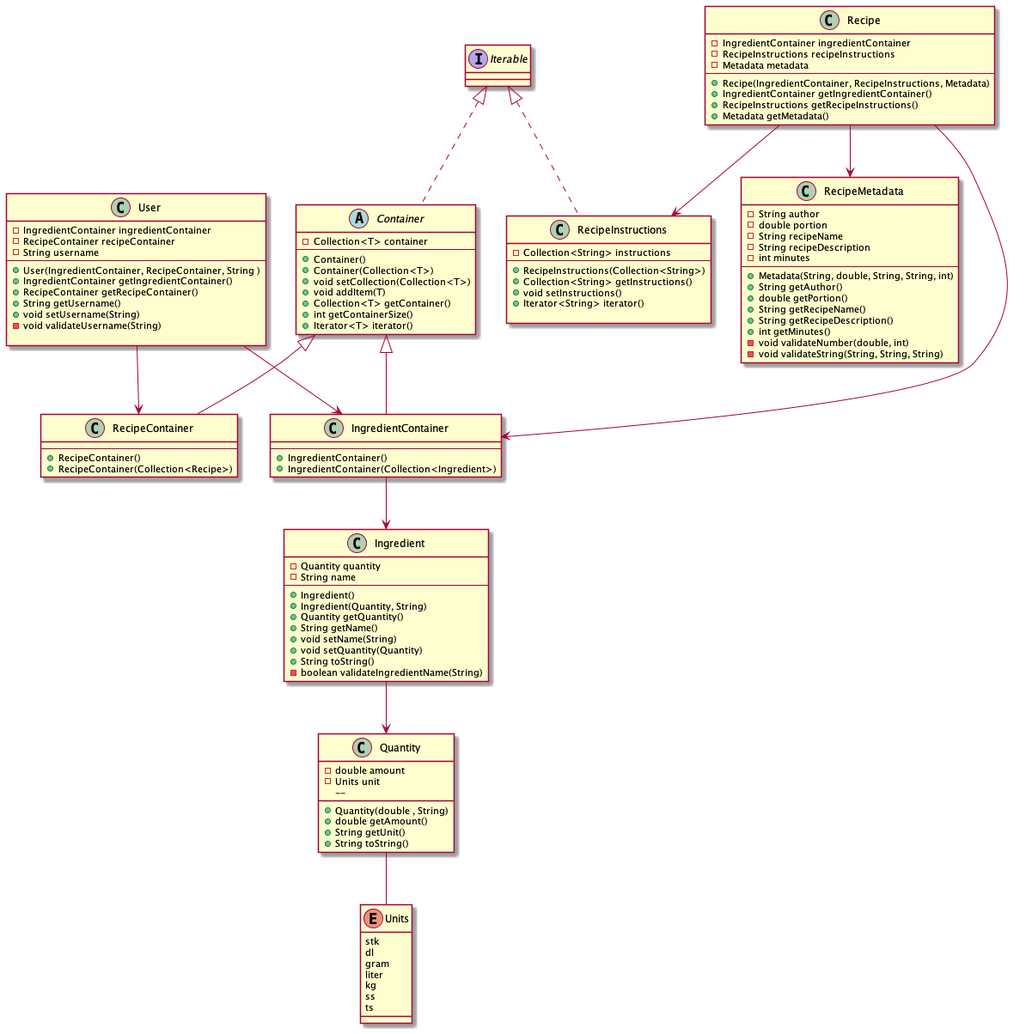
Earlier version of the PlantUML export documentation/diagrams/class_diagram.png (joonerik/dinnerium).
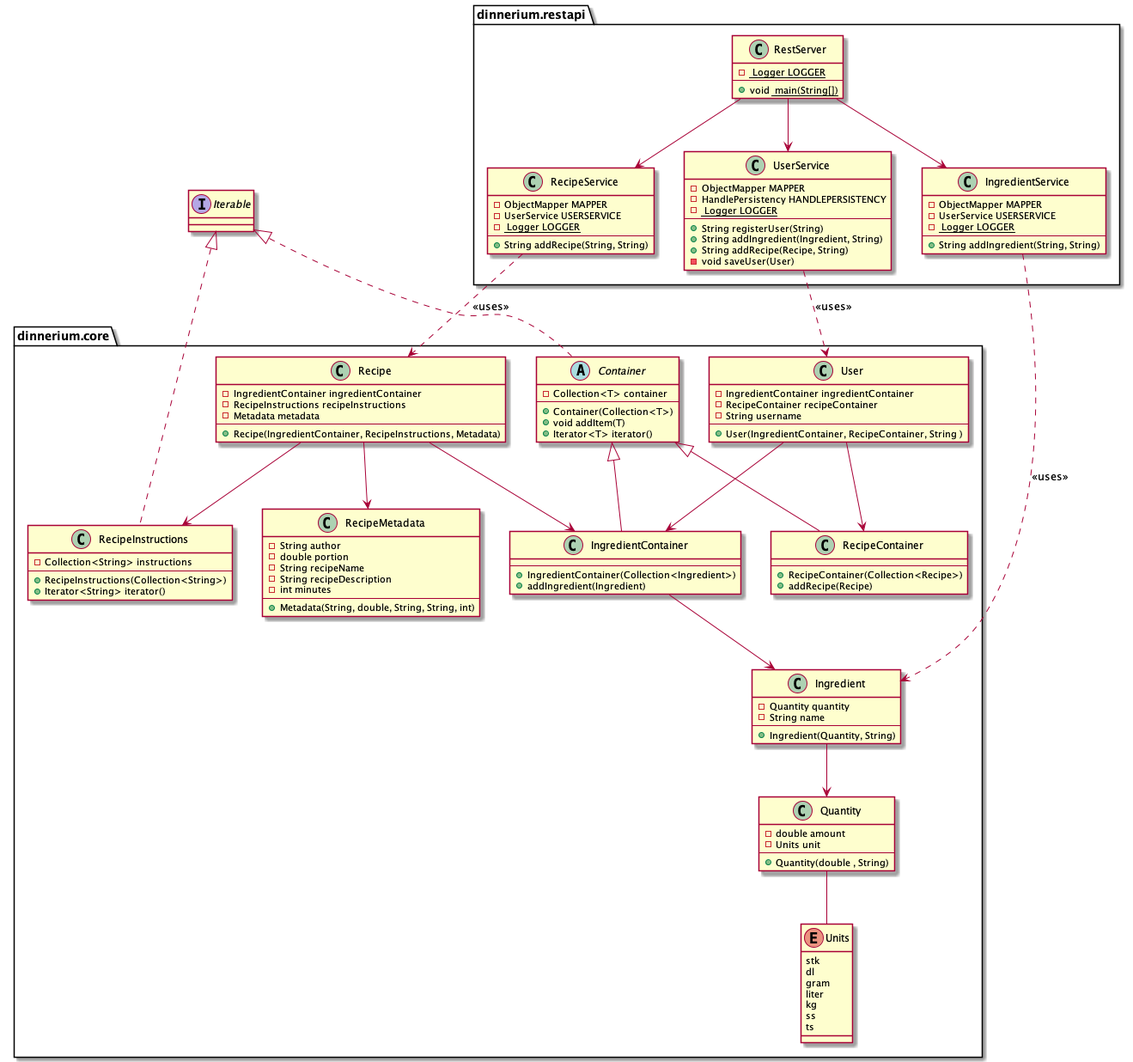
Later version of the same file.

Commit message:
add updated class_diagram version with correct png

Change to the diagram source:
```diff
@@ -1,115 +1,120 @@
-@startuml sequence_diagram
-class Recipe {
-    - IngredientContainer ingredientContainer
-    - RecipeInstructions recipeInstructions
-    - Metadata metadata
-    --
-    + Recipe(IngredientContainer, RecipeInstructions, Metadata)
-    + IngredientContainer getIngredientContainer()
-    + RecipeInstructions getRecipeInstructions()
-    + Metadata getMetadata()
+@startuml class_diagram
+
+package dinnerium.core {
+    class Recipe {
+        - IngredientContainer ingredientContainer
+        - RecipeInstructions recipeInstructions
+        - Metadata metadata
+        --
+        + Recipe(IngredientContainer, RecipeInstructions, Metadata)
+    }
+
+    class Quantity {
+        - double amount
+        - Units unit
+        --
+        + Quantity(double , String)
+    }
+
+    enum Units {
+        stk
+        dl
+        gram
+        liter
+        kg
+        ss
+        ts
+    }
+
+    class Ingredient {
+        - Quantity quantity
+        - String name
+        --
+        + Ingredient(Quantity, String)
+    }
+
+    abstract class Container {
+        - Collection<T> container
+        --
+        + Container(Collection<T>)
+        + void addItem(T)
+        + Iterator<T> iterator()
+    }
+
+    class IngredientContainer {
+        --
+        + IngredientContainer(Collection<Ingredient>)
+        + addIngredient(Ingredient)
+    }
+
+    class RecipeContainer {
+        --
+        + RecipeContainer(Collection<Recipe>)
+        + addRecipe(Recipe)
+    }
+
+    class RecipeInstructions {
+        - Collection<String> instructions
+        --
+        + RecipeInstructions(Collection<String>)
+        + Iterator<String> iterator()
+    }
+
+    class RecipeMetadata {
+        - String author
+        - double portion
+        - String recipeName
+        - String recipeDescription
+        - int minutes
+        --
+        + Metadata(String, double, String, String, int)
+    }
+
+    class User {
+        - IngredientContainer ingredientContainer
+        - RecipeContainer recipeContainer
+        - String username
+        --
+        + User(IngredientContainer, RecipeContainer, String )
+    }
 }
 
-class Quantity {
-    - double amount
-    - Units unit
-    --
-    + Quantity(double , String)
-    + double getAmount()
-    + String getUnit()
-    + String toString()
+
+package dinnerium.restapi{
+    class IngredientService {
+        - ObjectMapper MAPPER
+        - UserService USERSERVICE
+        - <u> Logger LOGGER
+        --
+        + String addIngredient(String, String)
+    }
+
+    class RecipeService {
+        - ObjectMapper MAPPER
+        - UserService USERSERVICE
+        - <u> Logger LOGGER
+        --
+        + String addRecipe(String, String)
+    }
+
+    class UserService {
+        - ObjectMapper MAPPER
+        - HandlePersistency HANDLEPERSISTENCY
+        - <u> Logger LOGGER
+        --
+        + String registerUser(String)
+        + String addIngredient(Ingredient, String)
+        + String addRecipe(Recipe, String)
+        - void saveUser(User)
+    }
+
+    class RestServer {
+        - <u> Logger LOGGER
+        --
+        + void <u> main(String[])
+    }
 }
 
-enum Units {
-    stk
-    dl
-    gram
-    liter
-    kg
-    ss
-    ts
-}
-
-class Ingredient {
-    - Quantity quantity
-    - String name
-    --
-    + Ingredient()
-    + Ingredient(Quantity, String)
-    + Quantity getQuantity()
-    + String getName()
-    + void setName(String)
-    + void setQuantity(Quantity)
-    + String toString()
-    - boolean validateIngredientName(String)
-}
-
-abstract class Container {
-  - Collection<T> container
-  --
-  + Container()
-  + Container(Collection<T>)
-  + void setCollection(Collection<T>)
-  + void addItem(T)
-  + Collection<T> getContainer()
-  + int getContainerSize()
-  + Iterator<T> iterator()
-}
-
-class IngredientContainer {
-    --
-    + IngredientContainer()
-    + IngredientContainer(Collection<Ingredient>)
-}
-
-class RecipeContainer {
-    --
-    + RecipeContainer()
-    + RecipeContainer(Collection<Recipe>)
-}
-
-class RecipeInstructions {
-    - Collection<String> instructions
-    --
-    + RecipeInstructions(Collection<String>)
-    + Collection<String> getInstructions()
-    + void setInstructions()
-    + Iterator<String> iterator()
-
-}
-
-class RecipeMetadata {
-    - String author
-    - double portion
-    - String recipeName
-    - String recipeDescription
-    - int minutes
-    --
-    + Metadata(String, double, String, String, int)
-    + String getAuthor()
-    + double getPortion()
-    + String getRecipeName()
-    + String getRecipeDescription()
-    + int getMinutes()
-    - void validateNumber(double, int)
-    - void validateString(String, String, String)
-}
-
-class User {
-    - IngredientContainer ingredientContainer
-    - RecipeContainer recipeContainer
-    - String username
-    --
-    + User(IngredientContainer, RecipeContainer, String )
-    + IngredientContainer getIngredientContainer()
-    + RecipeContainer getRecipeContainer()
-    + String getUsername()
-    + void setUsername(String)
-    - void validateUsername(String)
-
-}
-
-interface Iterable
 interface Iterable
 
 User --> RecipeContainer
@@ -124,4 +129,11 @@
 class RecipeInstructions implements Iterable
 class RecipeContainer extends Container
 class IngredientContainer extends Container
+
+RestServer --> IngredientService
+RestServer --> RecipeService
+RestServer --> UserService
+IngredientService ..> Ingredient: << uses >>
+RecipeService ..> Recipe: << uses >>
+UserService ..> User: << uses >>
 @enduml
```
